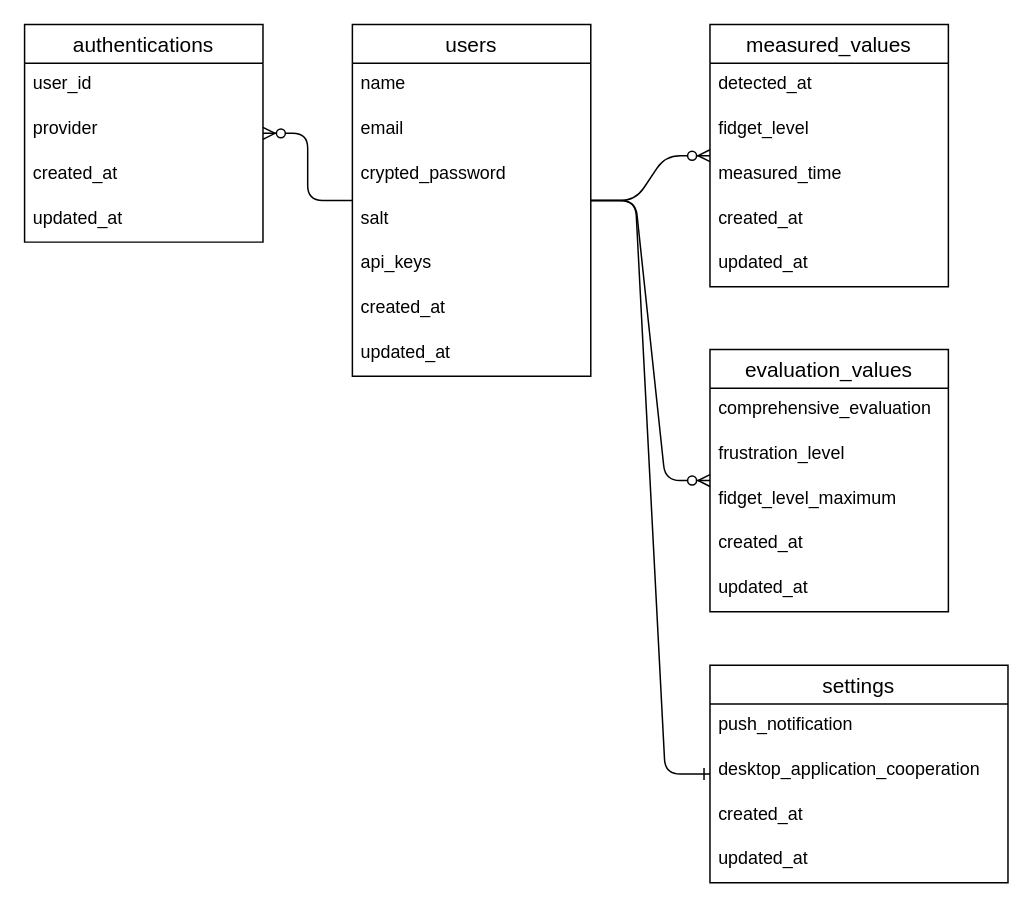
Earlier version of the draw.io diagram ER Diagram for fidgeting_meter.drawio (FukiHayashi/fidgeting_meter). Source tidied: cells renumbered, new cells numbered last; positions are measured from the earlier drawing's top-left corner, leaving out a move shared by most shapes. Both pictures are drawn from the tidied source at 149%, with x=0, y=0 at pixel (24, 24).
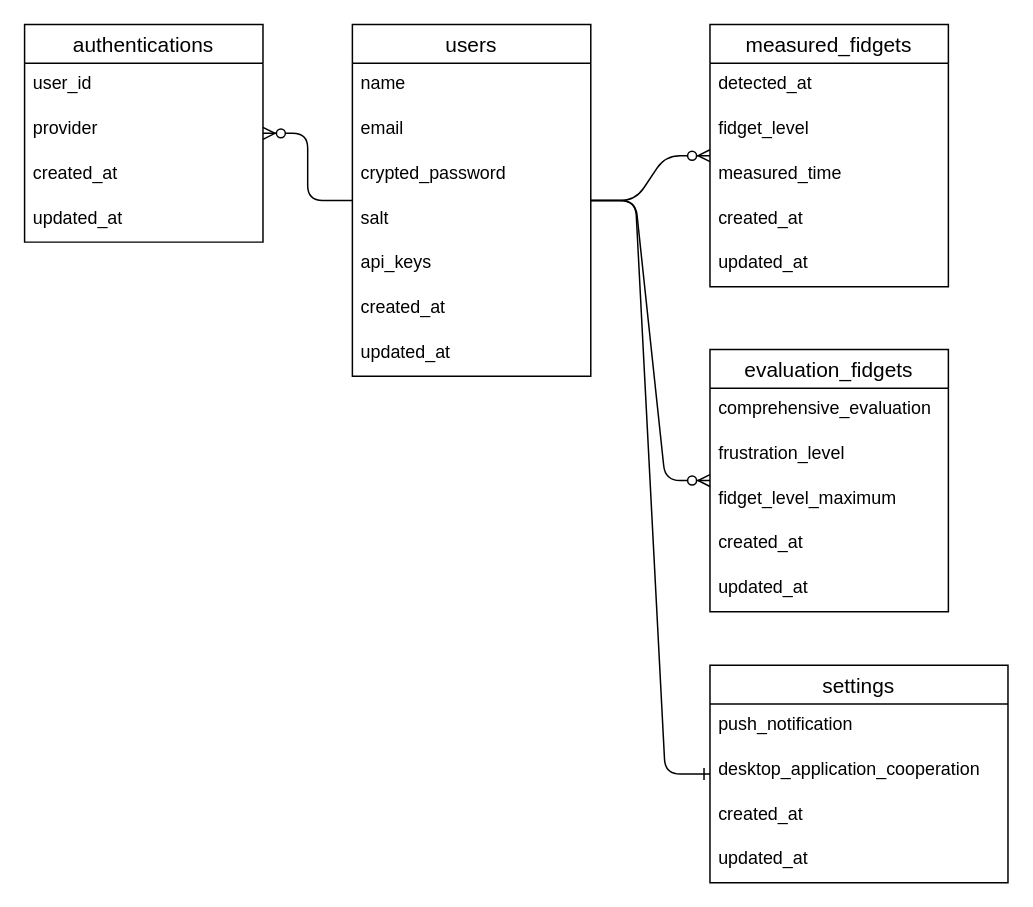
The same page after the edit.

Commit message:
ER図のテーブル名を「measured_fidgets、evaluation_fidgets」に変更

Diff of the diagram source:
```diff
@@
-    <mxCell id="10" value="measured_values" style="swimlane;fontStyle=0;horizontal=1;startSize=26;align=center;fontSize=14;" parent="1" vertex="1">
+    <mxCell id="10" value="measured_fidgets" style="swimlane;fontStyle=0;horizontal=1;startSize=26;align=center;fontSize=14;" parent="1" vertex="1">
       <mxGeometry x="460" width="160" height="176" as="geometry" />
     </mxCell>
@@
-    <mxCell id="21" value="evaluation_values" style="swimlane;fontStyle=0;horizontal=1;startSize=26;align=center;fontSize=14;" parent="1" vertex="1">
+    <mxCell id="21" value="evaluation_fidgets" style="swimlane;fontStyle=0;horizontal=1;startSize=26;align=center;fontSize=14;" parent="1" vertex="1">
       <mxGeometry x="460" y="218" width="160" height="176" as="geometry" />
     </mxCell>
```
